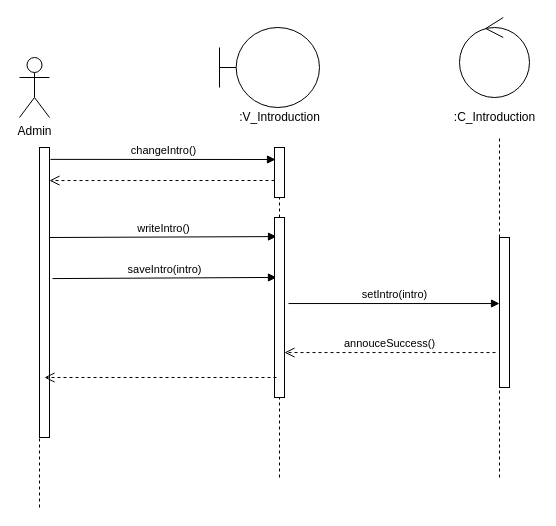
Above: Sequence/SuaGioiThieu.drawio in hoangminh15/PTTKHT (draw.io), before the change. Source tidied: cells renumbered, new cells numbered last; positions are measured from the earlier drawing's top-left corner, leaving out a move shared by most shapes. Both pictures are drawn from the tidied source at 100%, with x=0, y=0 at pixel (19, 17).
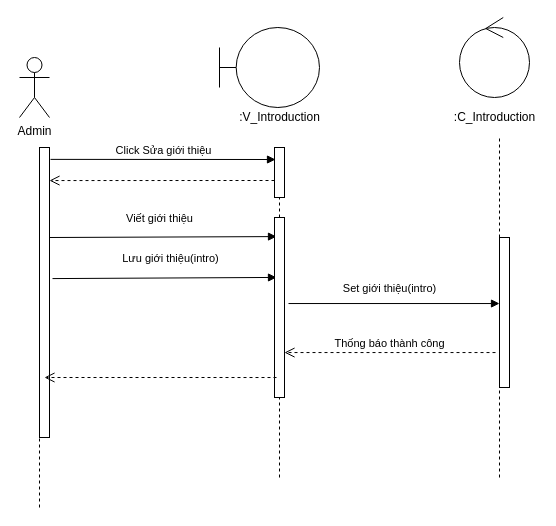
The same page after the edit.

The change refers to these unchanged cells:
```xml
<mxCell id="14" style="html=1;points=[];perimeter=orthogonalPerimeter;" parent="1" vertex="1">
  <mxGeometry x="255" y="130" width="10" height="50" as="geometry" />
</mxCell>
<mxCell id="16" style="html=1;points=[];perimeter=orthogonalPerimeter;" parent="1" vertex="1">
  <mxGeometry x="20" y="130" width="10" height="290" as="geometry" />
</mxCell>
<mxCell id="17" style="html=1;points=[];perimeter=orthogonalPerimeter;" parent="1" vertex="1">
  <mxGeometry x="255" y="200" width="10" height="180" as="geometry" />
</mxCell>
<mxCell id="21" style="html=1;points=[];perimeter=orthogonalPerimeter;" parent="1" vertex="1">
  <mxGeometry x="480" y="220" width="10" height="150" as="geometry" />
</mxCell>
```

Diff of the diagram source:
```diff
@@
-    <mxCell id="2" value="changeIntro()" style="html=1;verticalAlign=bottom;endArrow=block;exitX=1.1;exitY=0.041;exitDx=0;exitDy=0;exitPerimeter=0;entryX=0.1;entryY=0.24;entryDx=0;entryDy=0;entryPerimeter=0;" parent="1" edge="1" source="16" target="14">
+    <mxCell id="2" value="Click Sửa giới thiệu" style="html=1;verticalAlign=bottom;endArrow=block;exitX=1.1;exitY=0.041;exitDx=0;exitDy=0;exitPerimeter=0;entryX=0.1;entryY=0.24;entryDx=0;entryDy=0;entryPerimeter=0;" parent="1" edge="1" source="16" target="14">
       <mxGeometry relative="1" as="geometry" />
     </mxCell>
@@
-    <mxCell id="4" value="writeIntro()" style="html=1;verticalAlign=bottom;endArrow=block;exitX=1;exitY=0.345;exitDx=0;exitDy=0;exitPerimeter=0;entryX=0.2;entryY=0.106;entryDx=0;entryDy=0;entryPerimeter=0;" parent="1" edge="1" target="17">
-      <mxGeometry relative="1" as="geometry">
+    <mxCell id="4" value="Viết giới thiệu" style="html=1;verticalAlign=bottom;endArrow=block;exitX=1;exitY=0.345;exitDx=0;exitDy=0;exitPerimeter=0;entryX=0.2;entryY=0.106;entryDx=0;entryDy=0;entryPerimeter=0;" parent="1" edge="1" target="17">
+      <mxGeometry x="-0.03" y="10" relative="1" as="geometry">
         <mxPoint x="30" y="220" as="sourcePoint" />
       </mxGeometry>
     </mxCell>
-    <mxCell id="5" value="saveIntro(intro)" style="html=1;verticalAlign=bottom;endArrow=block;exitX=1.3;exitY=0.452;exitDx=0;exitDy=0;exitPerimeter=0;entryX=0.2;entryY=0.333;entryDx=0;entryDy=0;entryPerimeter=0;" parent="1" edge="1" source="16" target="17">
-      <mxGeometry relative="1" as="geometry" />
+    <mxCell id="5" value="Lưu giới thiệu(intro)" style="html=1;verticalAlign=bottom;endArrow=block;exitX=1.3;exitY=0.452;exitDx=0;exitDy=0;exitPerimeter=0;entryX=0.2;entryY=0.333;entryDx=0;entryDy=0;entryPerimeter=0;" parent="1" edge="1" source="16" target="17">
+      <mxGeometry x="0.05" y="10" relative="1" as="geometry" />
     </mxCell>
-    <mxCell id="6" value="setIntro(intro)" style="html=1;verticalAlign=bottom;endArrow=block;exitX=1.4;exitY=0.478;exitDx=0;exitDy=0;exitPerimeter=0;" parent="1" edge="1" source="17" target="21">
-      <mxGeometry relative="1" as="geometry" />
+    <mxCell id="6" value="Set giới thiệu(intro)" style="html=1;verticalAlign=bottom;endArrow=block;exitX=1.4;exitY=0.478;exitDx=0;exitDy=0;exitPerimeter=0;" parent="1" edge="1" source="17" target="21">
+      <mxGeometry x="-0.04" y="6" relative="1" as="geometry" />
     </mxCell>
-    <mxCell id="7" value="annouceSuccess()" style="html=1;verticalAlign=bottom;endArrow=open;dashed=1;endSize=8;exitX=-0.4;exitY=0.767;exitDx=0;exitDy=0;exitPerimeter=0;" parent="1" edge="1" source="21" target="17">
+    <mxCell id="7" value="Thống báo thành công" style="html=1;verticalAlign=bottom;endArrow=open;dashed=1;endSize=8;exitX=-0.4;exitY=0.767;exitDx=0;exitDy=0;exitPerimeter=0;" parent="1" edge="1" source="21" target="17">
       <mxGeometry relative="1" as="geometry" />
     </mxCell>
```
